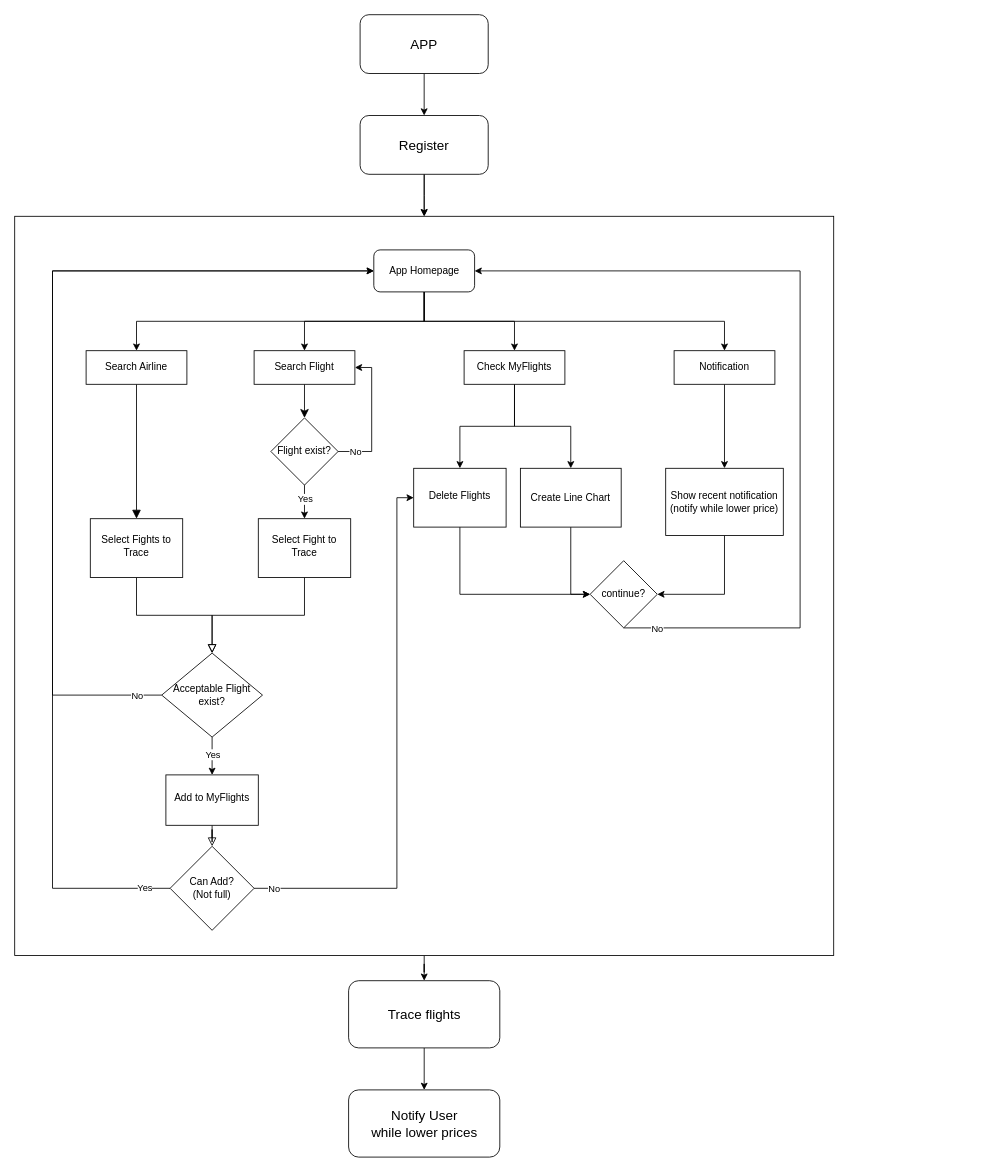
Before: FlightTicket_flow.drawio in CY-Marowak/FlightTicketProject, a draw.io diagram. Source tidied: cells renumbered, new cells numbered last; positions are measured from the earlier drawing's top-left corner, leaving out a move shared by most shapes. Both pictures are drawn from the tidied source at 84%, with x=0, y=0 at pixel (14, 14).
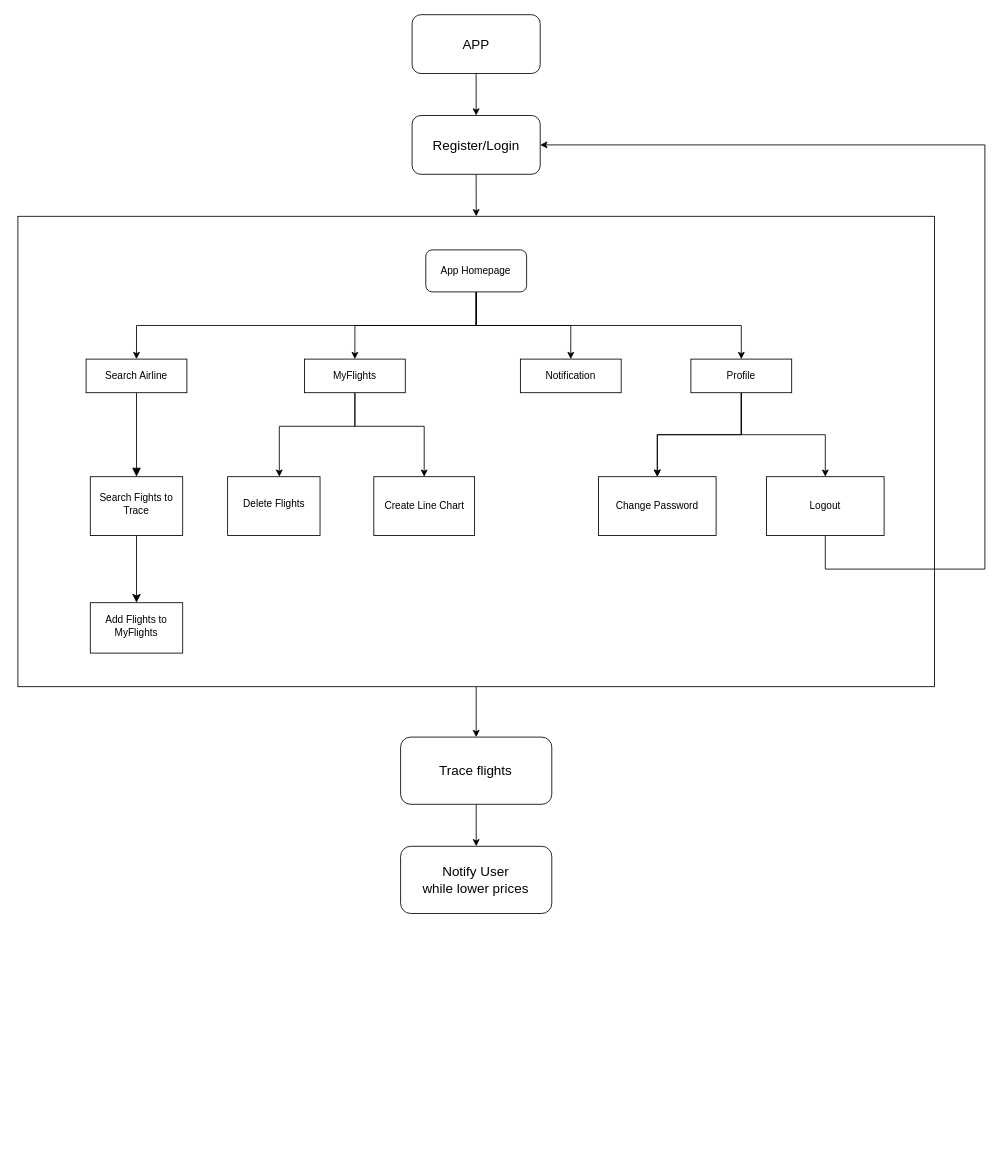
After the change.

Change to the diagram source:
```diff
@@
     <mxCell id="3" style="rounded=0;whiteSpace=wrap;html=1;" parent="1" vertex="1">
-      <mxGeometry y="240" width="975" height="880" as="geometry" />
+      <mxGeometry x="3.8" y="240" width="1091.2" height="560" as="geometry" />
     </mxCell>
@@
     <mxCell id="5" value="Search Airline" style="rounded=0;whiteSpace=wrap;html=1;fontSize=12;glass=0;strokeWidth=1;shadow=0;" parent="1" vertex="1">
-      <mxGeometry x="85" y="400" width="120" height="40" as="geometry" />
+      <mxGeometry x="85" y="410" width="120" height="40" as="geometry" />
     </mxCell>
-    <mxCell id="6" style="rounded=0;html=1;jettySize=auto;fontSize=11;endArrow=block;endFill=0;endSize=8;strokeWidth=1;shadow=0;labelBackgroundColor=none;edgeStyle=orthogonalEdgeStyle;exitX=0.5;exitY=1;exitDx=0;exitDy=0;" parent="1" edge="1" source="7" target="30">
+    <mxCell id="6" style="rounded=0;html=1;jettySize=auto;fontSize=11;endArrow=classic;endFill=1;endSize=8;strokeWidth=1;shadow=0;labelBackgroundColor=none;edgeStyle=orthogonalEdgeStyle;exitX=0.5;exitY=1;exitDx=0;exitDy=0;entryX=0.5;entryY=0;entryDx=0;entryDy=0;" parent="1" edge="1" source="7" target="9">
       <mxGeometry x="0.55" y="35" relative="1" as="geometry" />
     </mxCell>
-    <mxCell id="7" value="Select Fights to Trace" style="rounded=0;whiteSpace=wrap;html=1;shadow=0;fontFamily=Helvetica;fontSize=12;align=center;strokeWidth=1;spacing=6;spacingTop=-4;" parent="1" vertex="1">
-      <mxGeometry x="90" y="600" width="110" height="70" as="geometry" />
+    <mxCell id="7" value="Search Fights to Trace" style="rounded=0;whiteSpace=wrap;html=1;shadow=0;fontFamily=Helvetica;fontSize=12;align=center;strokeWidth=1;spacing=6;spacingTop=-4;" parent="1" vertex="1">
+      <mxGeometry x="90" y="550" width="110" height="70" as="geometry" />
     </mxCell>
-    <mxCell id="8" style="rounded=0;html=1;jettySize=auto;fontSize=11;endArrow=block;endFill=0;endSize=8;strokeWidth=1;shadow=0;labelBackgroundColor=none;edgeStyle=orthogonalEdgeStyle;entryX=0.5;entryY=0;entryDx=0;entryDy=0;" parent="1" edge="1" source="9" target="35">
-      <mxGeometry x="0.33" y="20" relative="1" as="geometry" />
-    </mxCell>
-    <mxCell id="9" value="Add to MyFlights" style="rounded=0;whiteSpace=wrap;html=1;shadow=0;fontFamily=Helvetica;fontSize=12;align=center;strokeWidth=1;spacing=6;spacingTop=-4;" parent="1" vertex="1">
-      <mxGeometry x="180" y="905" width="110" height="60" as="geometry" />
+    <mxCell id="9" value="Add Flights to MyFlights" style="rounded=0;whiteSpace=wrap;html=1;shadow=0;fontFamily=Helvetica;fontSize=12;align=center;strokeWidth=1;spacing=6;spacingTop=-4;" parent="1" vertex="1">
+      <mxGeometry x="90" y="700" width="110" height="60" as="geometry" />
     </mxCell>
@@
     <mxCell id="11" value="&lt;font style=&quot;font-size: 16px;&quot;&gt;Trace flights&lt;/font&gt;" style="rounded=1;whiteSpace=wrap;html=1;fontSize=12;glass=0;strokeWidth=1;shadow=0;" parent="1" vertex="1">
-      <mxGeometry x="397.5" y="1150" width="180" height="80" as="geometry" />
+      <mxGeometry x="459.4" y="860" width="180" height="80" as="geometry" />
     </mxCell>
-    <mxCell id="12" style="rounded=0;html=1;jettySize=auto;fontSize=11;endArrow=classic;endFill=1;endSize=8;strokeWidth=1;shadow=0;labelBackgroundColor=none;edgeStyle=orthogonalEdgeStyle;" parent="1" edge="1" source="13" target="25">
-      <mxGeometry relative="1" as="geometry" />
-    </mxCell>
-    <mxCell id="13" value="Search Flight" style="rounded=0;whiteSpace=wrap;html=1;fontSize=12;glass=0;strokeWidth=1;shadow=0;" parent="1" vertex="1">
-      <mxGeometry x="285" y="400" width="120" height="40" as="geometry" />
-    </mxCell>
-    <mxCell id="14" style="edgeStyle=orthogonalEdgeStyle;rounded=0;jettySize=auto;html=1;exitX=0.5;exitY=1;exitDx=0;exitDy=0;endArrow=block;endFill=0;endSize=8;entryX=0.5;entryY=0;entryDx=0;entryDy=0;" parent="1" edge="1" source="15" target="30">
-      <mxGeometry relative="1" as="geometry" />
-    </mxCell>
-    <mxCell id="15" value="Select Fight to Trace" style="rounded=0;whiteSpace=wrap;html=1;shadow=0;fontFamily=Helvetica;fontSize=12;align=center;strokeWidth=1;spacing=6;spacingTop=-4;" parent="1" vertex="1">
-      <mxGeometry x="290" y="600" width="110" height="70" as="geometry" />
-    </mxCell>
@@
-    <mxCell id="17" style="edgeStyle=orthogonalEdgeStyle;rounded=0;jettySize=auto;html=1;exitX=0.5;exitY=1;exitDx=0;exitDy=0;entryX=0.5;entryY=0;entryDx=0;entryDy=0;" parent="1" edge="1" source="20" target="13">
-      <mxGeometry relative="1" as="geometry" />
-    </mxCell>
@@
+    <mxCell id="56" style="edgeStyle=orthogonalEdgeStyle;rounded=0;jettySize=auto;html=1;exitX=0.5;exitY=1;exitDx=0;exitDy=0;entryX=0.5;entryY=0;entryDx=0;entryDy=0;" parent="1" edge="1" source="20" target="61">
+      <mxGeometry relative="1" as="geometry" />
+    </mxCell>
     <mxCell id="20" value="App Homepage" style="rounded=1;whiteSpace=wrap;html=1;fontSize=12;glass=0;strokeWidth=1;shadow=0;" parent="1" vertex="1">
-      <mxGeometry x="427.5" y="280" width="120" height="50" as="geometry" />
+      <mxGeometry x="489.4" y="280" width="120" height="50" as="geometry" />
     </mxCell>
-    <mxCell id="21" style="edgeStyle=orthogonalEdgeStyle;rounded=0;jettySize=auto;html=1;exitX=0.5;exitY=1;exitDx=0;exitDy=0;entryX=0.5;entryY=0;entryDx=0;entryDy=0;" parent="1" edge="1" source="25" target="15">
-      <mxGeometry relative="1" as="geometry" />
-    </mxCell>
-    <mxCell id="22" value="Yes" style="edgeLabel;html=1;align=center;verticalAlign=middle;" parent="21" vertex="1">
-      <mxGeometry x="-0.19" relative="1" as="geometry" />
-    </mxCell>
-    <mxCell id="23" style="edgeStyle=orthogonalEdgeStyle;rounded=0;jettySize=auto;html=1;exitX=1;exitY=0.5;exitDx=0;exitDy=0;entryX=1;entryY=0.5;entryDx=0;entryDy=0;" parent="1" edge="1" source="25" target="13">
-      <mxGeometry relative="1" as="geometry">
-        <Array as="points">
-          <mxPoint x="425" y="520" />
-          <mxPoint x="425" y="420" />
-        </Array>
-      </mxGeometry>
-    </mxCell>
-    <mxCell id="24" value="No" style="edgeLabel;html=1;align=center;verticalAlign=middle;" parent="23" vertex="1">
-      <mxGeometry x="-0.77" y="-1" relative="1" as="geometry">
-        <mxPoint x="2" y="-1" as="offset" />
-      </mxGeometry>
-    </mxCell>
-    <mxCell id="25" value="Flight exist?" style="rhombus;whiteSpace=wrap;html=1;" parent="1" vertex="1">
-      <mxGeometry x="305" y="480" width="80" height="80" as="geometry" />
-    </mxCell>
-    <mxCell id="26" style="edgeStyle=orthogonalEdgeStyle;rounded=0;jettySize=auto;html=1;exitX=0.5;exitY=1;exitDx=0;exitDy=0;entryX=0.5;entryY=0;entryDx=0;entryDy=0;" parent="1" edge="1" source="30" target="9">
-      <mxGeometry relative="1" as="geometry" />
-    </mxCell>
-    <mxCell id="27" value="Yes" style="edgeLabel;html=1;align=center;verticalAlign=middle;" parent="26" vertex="1">
-      <mxGeometry x="-0.27" relative="1" as="geometry">
-        <mxPoint y="4" as="offset" />
-      </mxGeometry>
-    </mxCell>
-    <mxCell id="28" style="edgeStyle=orthogonalEdgeStyle;rounded=0;jettySize=auto;html=1;exitX=0;exitY=0.5;exitDx=0;exitDy=0;entryX=0;entryY=0.5;entryDx=0;entryDy=0;" parent="1" edge="1" source="30" target="20">
-      <mxGeometry relative="1" as="geometry">
-        <Array as="points">
-          <mxPoint x="45" y="810" />
-          <mxPoint x="45" y="305" />
-        </Array>
-      </mxGeometry>
-    </mxCell>
-    <mxCell id="29" value="No" style="edgeLabel;html=1;align=center;verticalAlign=middle;" parent="28" vertex="1">
-      <mxGeometry x="-0.93" y="2" relative="1" as="geometry">
-        <mxPoint x="6" y="-2" as="offset" />
-      </mxGeometry>
-    </mxCell>
-    <mxCell id="30" value="Acceptable Flight exist?" style="rhombus;whiteSpace=wrap;html=1;" parent="1" vertex="1">
-      <mxGeometry x="175" y="760" width="120" height="100" as="geometry" />
-    </mxCell>
-    <mxCell id="31" style="edgeStyle=orthogonalEdgeStyle;rounded=0;jettySize=auto;html=1;entryX=0;entryY=0.5;entryDx=0;entryDy=0;" parent="1" edge="1" source="35" target="20">
-      <mxGeometry relative="1" as="geometry">
-        <Array as="points">
-          <mxPoint x="45" y="1040" />
-          <mxPoint x="45" y="305" />
-        </Array>
-      </mxGeometry>
-    </mxCell>
-    <mxCell id="32" value="Yes" style="edgeLabel;html=1;align=center;verticalAlign=middle;" parent="31" vertex="1">
-      <mxGeometry x="-0.95" y="-1" relative="1" as="geometry" />
-    </mxCell>
-    <mxCell id="33" style="edgeStyle=orthogonalEdgeStyle;rounded=0;jettySize=auto;html=1;exitX=1;exitY=0.5;exitDx=0;exitDy=0;entryX=0;entryY=0.5;entryDx=0;entryDy=0;" parent="1" edge="1" source="35" target="40">
-      <mxGeometry relative="1" as="geometry">
-        <Array as="points">
-          <mxPoint x="455" y="1040" />
-          <mxPoint x="455" y="575" />
-        </Array>
-      </mxGeometry>
-    </mxCell>
-    <mxCell id="34" value="No" style="edgeLabel;html=1;align=center;verticalAlign=middle;" parent="33" vertex="1">
-      <mxGeometry x="-0.9" y="-2" relative="1" as="geometry">
-        <mxPoint x="-10" y="-2" as="offset" />
-      </mxGeometry>
-    </mxCell>
-    <mxCell id="35" value="Can Add?&lt;br&gt;(Not full)" style="rhombus;whiteSpace=wrap;html=1;" parent="1" vertex="1">
-      <mxGeometry x="185" y="990" width="100" height="100" as="geometry" />
-    </mxCell>
     <mxCell id="36" style="edgeStyle=orthogonalEdgeStyle;rounded=0;jettySize=auto;html=1;" parent="1" edge="1" source="38" target="40">
-      <mxGeometry relative="1" as="geometry" />
+      <mxGeometry relative="1" as="geometry">
+        <Array as="points">
+          <mxPoint x="405" y="490" />
+          <mxPoint x="315" y="490" />
+        </Array>
+      </mxGeometry>
     </mxCell>
-    <mxCell id="37" style="edgeStyle=orthogonalEdgeStyle;rounded=0;jettySize=auto;html=1;entryX=0.5;entryY=0;entryDx=0;entryDy=0;" parent="1" edge="1" source="38" target="46">
-      <mxGeometry relative="1" as="geometry" />
+    <mxCell id="37" style="edgeStyle=orthogonalEdgeStyle;rounded=0;jettySize=auto;html=1;exitX=0.5;exitY=1;exitDx=0;exitDy=0;entryX=0.5;entryY=0;entryDx=0;entryDy=0;" parent="1" edge="1" source="38" target="46">
+      <mxGeometry relative="1" as="geometry">
+        <Array as="points">
+          <mxPoint x="405" y="490" />
+          <mxPoint x="488" y="490" />
+        </Array>
+      </mxGeometry>
     </mxCell>
-    <mxCell id="38" value="Check MyFlights" style="rounded=0;whiteSpace=wrap;html=1;fontSize=12;glass=0;strokeWidth=1;shadow=0;" parent="1" vertex="1">
-      <mxGeometry x="535" y="400" width="120" height="40" as="geometry" />
+    <mxCell id="38" value="MyFlights" style="rounded=0;whiteSpace=wrap;html=1;fontSize=12;glass=0;strokeWidth=1;shadow=0;" parent="1" vertex="1">
+      <mxGeometry x="345" y="410" width="120" height="40" as="geometry" />
     </mxCell>
-    <mxCell id="39" style="edgeStyle=orthogonalEdgeStyle;rounded=0;jettySize=auto;html=1;exitX=0.5;exitY=1;exitDx=0;exitDy=0;entryX=0;entryY=0.5;entryDx=0;entryDy=0;" parent="1" edge="1" source="40" target="49">
-      <mxGeometry relative="1" as="geometry" />
-    </mxCell>
     <mxCell id="40" value="Delete Flights" style="rounded=0;whiteSpace=wrap;html=1;shadow=0;fontFamily=Helvetica;fontSize=12;align=center;strokeWidth=1;spacing=6;spacingTop=-4;" parent="1" vertex="1">
-      <mxGeometry x="475" y="540" width="110" height="70" as="geometry" />
+      <mxGeometry x="253.5" y="550" width="110" height="70" as="geometry" />
     </mxCell>
-    <mxCell id="41" style="edgeStyle=orthogonalEdgeStyle;rounded=0;jettySize=auto;html=1;entryX=0.5;entryY=0;entryDx=0;entryDy=0;" parent="1" edge="1" source="43" target="3">
-      <mxGeometry relative="1" as="geometry" />
-    </mxCell>
-    <mxCell id="42" style="edgeStyle=orthogonalEdgeStyle;rounded=0;jettySize=auto;html=1;entryX=0.5;entryY=0;entryDx=0;entryDy=0;" parent="1" edge="1" source="43" target="3">
-      <mxGeometry relative="1" as="geometry" />
-    </mxCell>
+    <mxCell id="57" style="edgeStyle=orthogonalEdgeStyle;rounded=0;jettySize=auto;html=1;exitX=0.5;exitY=1;exitDx=0;exitDy=0;entryX=0.5;entryY=0;entryDx=0;entryDy=0;" parent="1" edge="1" source="43" target="3">
+      <mxGeometry relative="1" as="geometry" />
+    </mxCell>
-    <mxCell id="43" value="&lt;font style=&quot;font-size: 16px;&quot;&gt;Register&lt;/font&gt;" style="rounded=1;whiteSpace=wrap;html=1;" parent="1" vertex="1">
-      <mxGeometry x="411.2" y="120" width="152.5" height="70" as="geometry" />
+    <mxCell id="43" value="&lt;font style=&quot;font-size: 16px;&quot;&gt;Register/Login&lt;/font&gt;" style="rounded=1;whiteSpace=wrap;html=1;" parent="1" vertex="1">
+      <mxGeometry x="473.1" y="120" width="152.5" height="70" as="geometry" />
     </mxCell>
     <mxCell id="44" value="&lt;font style=&quot;font-size: 16px;&quot;&gt;Notify User&lt;/font&gt;&lt;div&gt;&lt;font style=&quot;font-size: 16px;&quot;&gt;while lower prices&lt;/font&gt;&lt;/div&gt;" style="rounded=1;whiteSpace=wrap;html=1;fontSize=12;glass=0;strokeWidth=1;shadow=0;" parent="1" vertex="1">
-      <mxGeometry x="397.5" y="1280" width="180" height="80" as="geometry" />
+      <mxGeometry x="459.4" y="990" width="180" height="80" as="geometry" />
     </mxCell>
-    <mxCell id="45" style="edgeStyle=orthogonalEdgeStyle;rounded=0;jettySize=auto;html=1;exitX=0.5;exitY=1;exitDx=0;exitDy=0;entryX=0;entryY=0.5;entryDx=0;entryDy=0;" parent="1" edge="1" source="46" target="49">
-      <mxGeometry relative="1" as="geometry" />
-    </mxCell>
     <mxCell id="46" value="Create Line Chart" style="rounded=0;whiteSpace=wrap;html=1;" parent="1" vertex="1">
-      <mxGeometry x="602" y="540" width="120" height="70" as="geometry" />
+      <mxGeometry x="427.5" y="550" width="120" height="70" as="geometry" />
     </mxCell>
-    <mxCell id="47" style="edgeStyle=orthogonalEdgeStyle;rounded=0;jettySize=auto;html=1;exitX=0.5;exitY=1;exitDx=0;exitDy=0;entryX=1;entryY=0.5;entryDx=0;entryDy=0;" parent="1" edge="1" source="49" target="20">
-      <mxGeometry relative="1" as="geometry">
-        <Array as="points">
-          <mxPoint x="935" y="730" />
-          <mxPoint x="935" y="305" />
-        </Array>
-      </mxGeometry>
-    </mxCell>
-    <mxCell id="48" value="No" style="edgeLabel;html=1;align=center;verticalAlign=middle;" parent="47" vertex="1">
-      <mxGeometry x="-0.98" y="-4" relative="1" as="geometry">
-        <mxPoint x="29" y="-4" as="offset" />
-      </mxGeometry>
-    </mxCell>
-    <mxCell id="49" value="continue?" style="rhombus;whiteSpace=wrap;html=1;" parent="1" vertex="1">
-      <mxGeometry x="685" y="650" width="80" height="80" as="geometry" />
-    </mxCell>
-    <mxCell id="50" style="edgeStyle=orthogonalEdgeStyle;rounded=0;jettySize=auto;html=1;exitX=0.5;exitY=1;exitDx=0;exitDy=0;entryX=0.5;entryY=0;entryDx=0;entryDy=0;" parent="1" edge="1" source="51" target="53">
-      <mxGeometry relative="1" as="geometry" />
-    </mxCell>
     <mxCell id="51" value="Notification" style="rounded=0;whiteSpace=wrap;html=1;" parent="1" vertex="1">
-      <mxGeometry x="785" y="400" width="120" height="40" as="geometry" />
+      <mxGeometry x="602" y="410" width="120" height="40" as="geometry" />
     </mxCell>
-    <mxCell id="52" style="edgeStyle=orthogonalEdgeStyle;rounded=0;jettySize=auto;html=1;exitX=0.5;exitY=1;exitDx=0;exitDy=0;entryX=1;entryY=0.5;entryDx=0;entryDy=0;" parent="1" edge="1" source="53" target="49">
-      <mxGeometry relative="1" as="geometry" />
-    </mxCell>
-    <mxCell id="53" value="Show recent notification&lt;div&gt;(notify while lower price)&lt;/div&gt;" style="rounded=0;whiteSpace=wrap;html=1;" parent="1" vertex="1">
-      <mxGeometry x="775" y="540" width="140" height="80" as="geometry" />
-    </mxCell>
@@
     <mxCell id="55" value="&lt;font style=&quot;font-size: 16px;&quot;&gt;APP&lt;/font&gt;" style="rounded=1;whiteSpace=wrap;html=1;" parent="1" vertex="1">
-      <mxGeometry x="411.2" width="152.5" height="70" as="geometry" />
+      <mxGeometry x="473.1" width="152.5" height="70" as="geometry" />
     </mxCell>
+    <mxCell id="58" style="edgeStyle=orthogonalEdgeStyle;rounded=0;jettySize=auto;html=1;" parent="1" edge="1" source="61" target="62">
+      <mxGeometry relative="1" as="geometry" />
+    </mxCell>
+    <mxCell id="59" style="edgeStyle=orthogonalEdgeStyle;rounded=0;jettySize=auto;html=1;" parent="1" edge="1" source="61" target="62">
+      <mxGeometry relative="1" as="geometry" />
+    </mxCell>
+    <mxCell id="60" style="edgeStyle=orthogonalEdgeStyle;rounded=0;jettySize=auto;html=1;exitX=0.5;exitY=1;exitDx=0;exitDy=0;entryX=0.5;entryY=0;entryDx=0;entryDy=0;" parent="1" edge="1" source="61" target="64">
+      <mxGeometry relative="1" as="geometry" />
+    </mxCell>
+    <mxCell id="61" value="Profile" style="rounded=0;whiteSpace=wrap;html=1;" parent="1" vertex="1">
+      <mxGeometry x="805" y="410" width="120" height="40" as="geometry" />
+    </mxCell>
+    <mxCell id="62" value="Change Password" style="rounded=0;whiteSpace=wrap;html=1;" parent="1" vertex="1">
+      <mxGeometry x="695" y="550" width="140" height="70" as="geometry" />
+    </mxCell>
+    <mxCell id="63" style="edgeStyle=orthogonalEdgeStyle;rounded=0;jettySize=auto;html=1;exitX=0.5;exitY=1;exitDx=0;exitDy=0;entryX=1;entryY=0.5;entryDx=0;entryDy=0;" parent="1" edge="1" source="64" target="43">
+      <mxGeometry relative="1" as="geometry">
+        <Array as="points">
+          <mxPoint x="965" y="660" />
+          <mxPoint x="1155" y="660" />
+          <mxPoint x="1155" y="155" />
+        </Array>
+      </mxGeometry>
+    </mxCell>
+    <mxCell id="64" value="Logout" style="rounded=0;whiteSpace=wrap;html=1;" parent="1" vertex="1">
+      <mxGeometry x="895" y="550" width="140" height="70" as="geometry" />
+    </mxCell>
```
